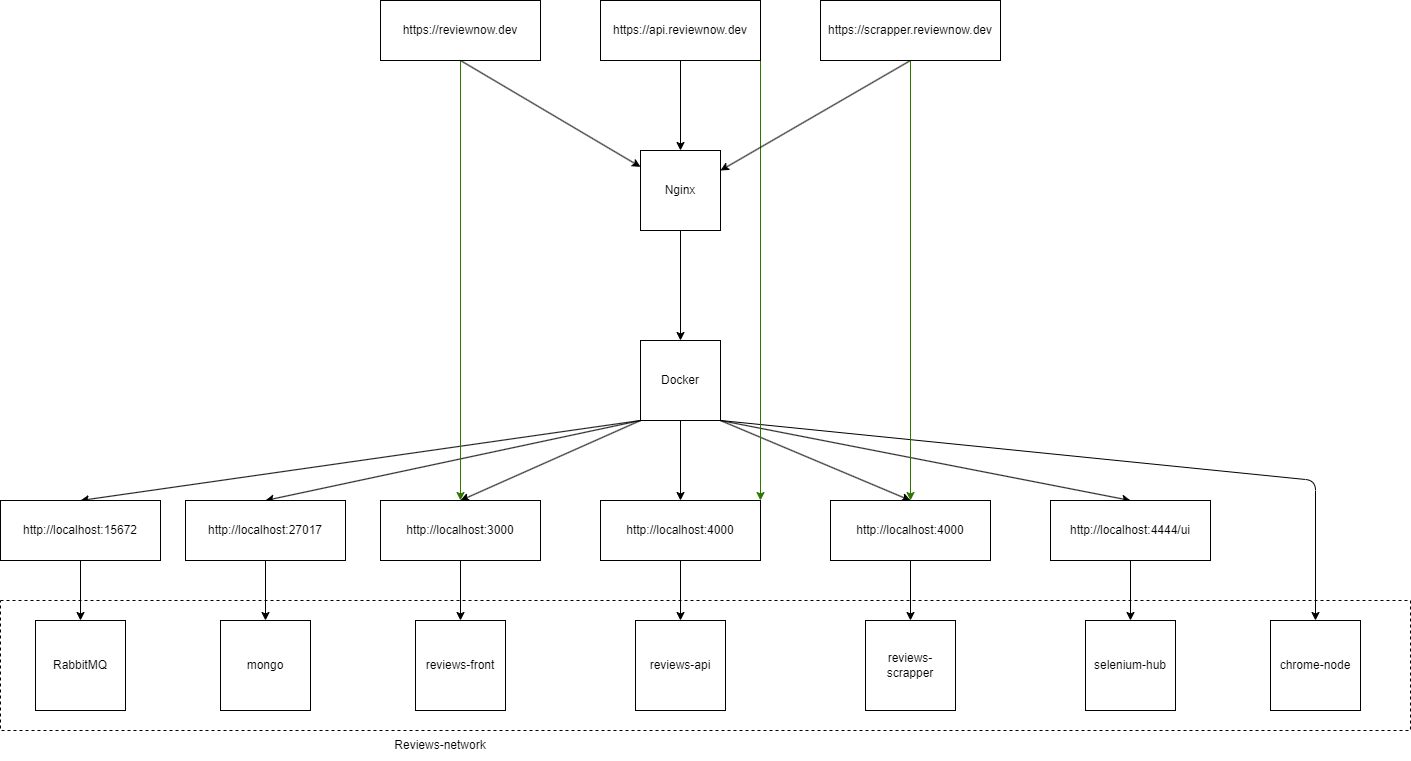
Earlier version of the draw.io export infra.png (BrianValdiviesoDev/reviewshub). Source tidied: cells renumbered, new cells last; positions are measured from the earlier drawing's top-left corner, leaving out a move shared by most shapes.
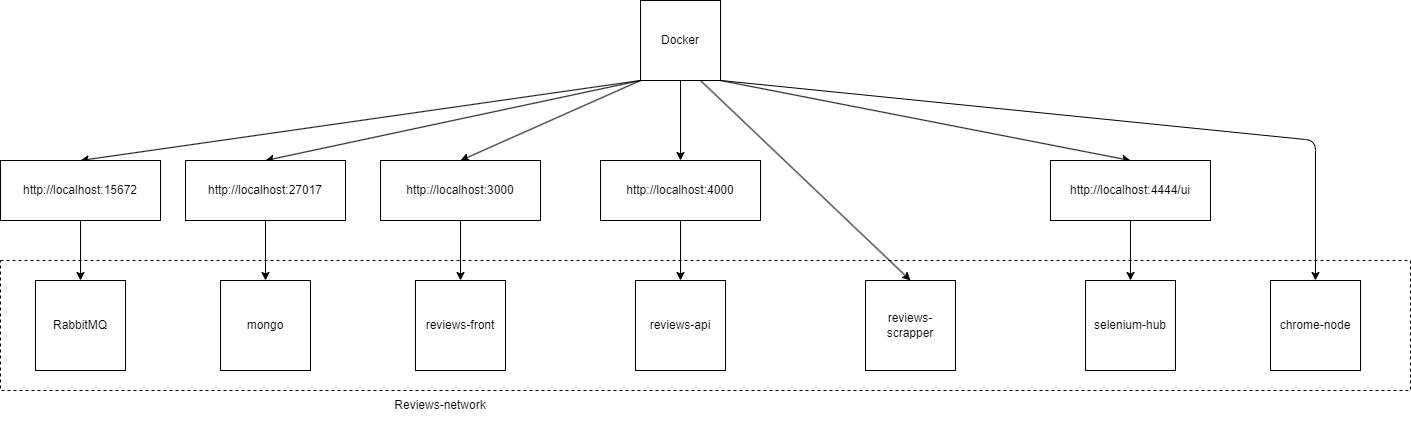
The same diagram one commit later.

Diff of the diagram source:
```diff
@@ -5,20 +5,12 @@
     <mxCell id="2" style="rounded=0;whiteSpace=wrap;html=1;dashed=1;fillColor=none;" parent="1" vertex="1">
       <mxGeometry y="600" width="1410" height="130" as="geometry" />
     </mxCell>
-    <mxCell id="3" style="edgeStyle=none;html=1;exitX=0.5;exitY=1;exitDx=0;exitDy=0;entryX=0.5;entryY=0;entryDx=0;entryDy=0;" parent="1" edge="1" target="11">
-      <mxGeometry relative="1" as="geometry">
-        <mxPoint x="680" y="230" as="sourcePoint" />
-      </mxGeometry>
-    </mxCell>
     <mxCell id="4" style="edgeStyle=none;html=1;exitX=0;exitY=1;exitDx=0;exitDy=0;entryX=0.5;entryY=0;entryDx=0;entryDy=0;" parent="1" edge="1" source="11" target="22">
       <mxGeometry relative="1" as="geometry" />
     </mxCell>
     <mxCell id="5" style="edgeStyle=none;html=1;exitX=0.5;exitY=1;exitDx=0;exitDy=0;entryX=0.5;entryY=0;entryDx=0;entryDy=0;" parent="1" edge="1" source="11" target="25">
       <mxGeometry relative="1" as="geometry" />
     </mxCell>
-    <mxCell id="6" style="edgeStyle=none;html=1;exitX=1;exitY=1;exitDx=0;exitDy=0;entryX=0.5;entryY=0;entryDx=0;entryDy=0;" parent="1" edge="1" source="11" target="28">
-      <mxGeometry relative="1" as="geometry" />
-    </mxCell>
     <mxCell id="7" style="edgeStyle=none;html=1;exitX=0;exitY=1;exitDx=0;exitDy=0;entryX=0.5;entryY=0;entryDx=0;entryDy=0;" parent="1" edge="1" source="11" target="37">
       <mxGeometry relative="1" as="geometry" />
     </mxCell>
@@ -35,42 +27,12 @@
     <mxCell id="10" style="edgeStyle=none;html=1;exitX=0;exitY=1;exitDx=0;exitDy=0;entryX=0.5;entryY=0;entryDx=0;entryDy=0;" parent="1" edge="1" source="11" target="40">
       <mxGeometry relative="1" as="geometry" />
     </mxCell>
+    <mxCell id="41" style="edgeStyle=none;html=1;exitX=0.75;exitY=1;exitDx=0;exitDy=0;entryX=0.5;entryY=0;entryDx=0;entryDy=0;" parent="1" edge="1" source="11" target="29">
+      <mxGeometry relative="1" as="geometry" />
+    </mxCell>
     <mxCell id="11" value="Docker" style="whiteSpace=wrap;html=1;" parent="1" vertex="1">
       <mxGeometry x="640" y="340" width="80" height="80" as="geometry" />
     </mxCell>
-    <mxCell id="12" style="edgeStyle=none;html=1;exitX=0.5;exitY=1;exitDx=0;exitDy=0;" parent="1" edge="1" source="14">
-      <mxGeometry relative="1" as="geometry">
-        <mxPoint x="640" y="166.4" as="targetPoint" />
-      </mxGeometry>
-    </mxCell>
-    <mxCell id="13" style="edgeStyle=none;html=1;exitX=0.5;exitY=1;exitDx=0;exitDy=0;entryX=0.5;entryY=0;entryDx=0;entryDy=0;fillColor=#60a917;strokeColor=#2D7600;" parent="1" edge="1" source="14" target="22">
-      <mxGeometry relative="1" as="geometry" />
-    </mxCell>
-    <mxCell id="14" value="https://reviewnow.dev" style="rounded=0;whiteSpace=wrap;html=1;" parent="1" vertex="1">
-      <mxGeometry x="380" width="160" height="60" as="geometry" />
-    </mxCell>
-    <mxCell id="15" style="edgeStyle=none;html=1;exitX=0.5;exitY=1;exitDx=0;exitDy=0;entryX=0.5;entryY=0;entryDx=0;entryDy=0;" parent="1" edge="1" source="17">
-      <mxGeometry relative="1" as="geometry">
-        <mxPoint x="680" y="150" as="targetPoint" />
-      </mxGeometry>
-    </mxCell>
-    <mxCell id="16" style="edgeStyle=none;html=1;exitX=1;exitY=1;exitDx=0;exitDy=0;entryX=1;entryY=0;entryDx=0;entryDy=0;fillColor=#60a917;strokeColor=#2D7600;" parent="1" edge="1" source="17" target="25">
-      <mxGeometry relative="1" as="geometry" />
-    </mxCell>
-    <mxCell id="17" value="https://api.reviewnow.dev" style="rounded=0;whiteSpace=wrap;html=1;" parent="1" vertex="1">
-      <mxGeometry x="600" width="160" height="60" as="geometry" />
-    </mxCell>
-    <mxCell id="18" style="edgeStyle=none;html=1;exitX=0.5;exitY=1;exitDx=0;exitDy=0;entryX=1;entryY=0.25;entryDx=0;entryDy=0;" parent="1" edge="1" source="20">
-      <mxGeometry relative="1" as="geometry">
-        <mxPoint x="720" y="170" as="targetPoint" />
-      </mxGeometry>
-    </mxCell>
-    <mxCell id="19" style="edgeStyle=none;html=1;exitX=0.5;exitY=1;exitDx=0;exitDy=0;entryX=0.5;entryY=0;entryDx=0;entryDy=0;fillColor=#60a917;strokeColor=#2D7600;" parent="1" edge="1" source="20" target="28">
-      <mxGeometry relative="1" as="geometry" />
-    </mxCell>
-    <mxCell id="20" value="https://scrapper.reviewnow.dev" style="rounded=0;whiteSpace=wrap;html=1;" parent="1" vertex="1">
-      <mxGeometry x="820" width="180" height="60" as="geometry" />
-    </mxCell>
     <mxCell id="21" style="edgeStyle=none;html=1;" parent="1" edge="1" source="22" target="23">
       <mxGeometry relative="1" as="geometry" />
     </mxCell>
@@ -89,12 +51,6 @@
     <mxCell id="26" value="reviews-api" style="whiteSpace=wrap;html=1;" parent="1" vertex="1">
       <mxGeometry x="635" y="620" width="90" height="90" as="geometry" />
     </mxCell>
-    <mxCell id="27" style="edgeStyle=none;html=1;exitX=0.5;exitY=1;exitDx=0;exitDy=0;entryX=0.5;entryY=0;entryDx=0;entryDy=0;" parent="1" edge="1" source="28" target="29">
-      <mxGeometry relative="1" as="geometry" />
-    </mxCell>
-    <mxCell id="28" value="http://localhost:4000" style="rounded=0;whiteSpace=wrap;html=1;" parent="1" vertex="1">
-      <mxGeometry x="830" y="500" width="160" height="60" as="geometry" />
-    </mxCell>
     <mxCell id="29" value="reviews-scrapper" style="whiteSpace=wrap;html=1;" parent="1" vertex="1">
       <mxGeometry x="865" y="620" width="90" height="90" as="geometry" />
     </mxCell>
@@ -131,8 +87,5 @@
     <mxCell id="40" value="http://localhost:15672" style="rounded=0;whiteSpace=wrap;html=1;" parent="1" vertex="1">
       <mxGeometry y="500" width="160" height="60" as="geometry" />
     </mxCell>
-    <mxCell id="41" value="Nginx" style="whiteSpace=wrap;html=1;fillColor=default;" parent="1" vertex="1">
-      <mxGeometry x="640" y="150" width="80" height="80" as="geometry" />
-    </mxCell>
   </root>
 </mxGraphModel>
```
